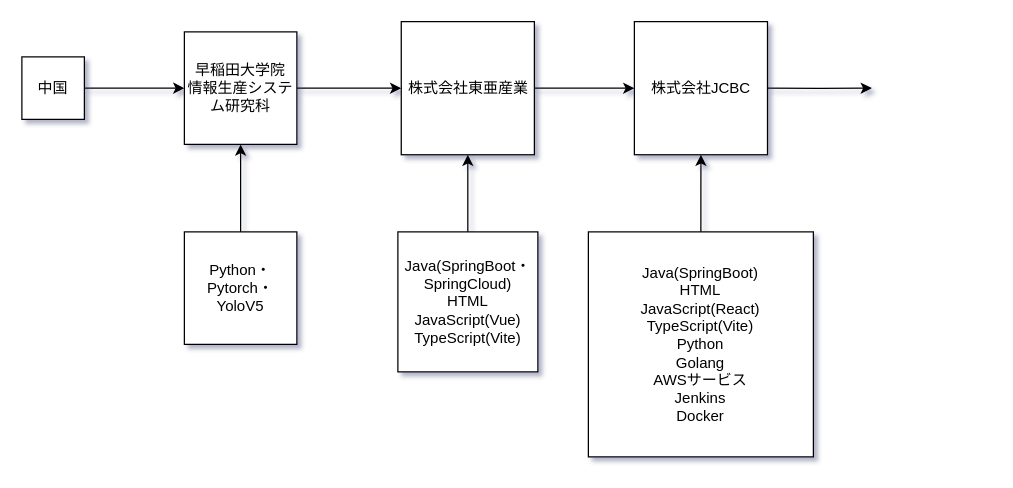
The draw.io diagram 未命名绘图.drawio in LUOXINGYI/LeetCode-learning, before the edit. Source tidied: cells renumbered, new cells numbered last; positions are measured from the earlier drawing's top-left corner, leaving out a move shared by most shapes. Both pictures are drawn from the tidied source at 125%, with x=0, y=0 at pixel (21, 21).
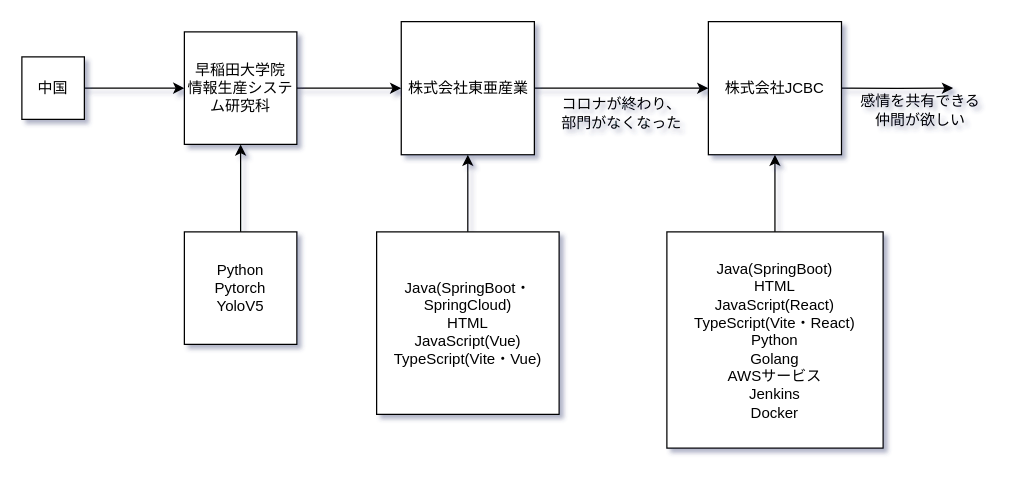
After the change.

Commit message:
更新未命名绘图.drawio

Change to the diagram source:
```diff
@@
 <mxGraphModel background="#FFFFFF" shadow="1">
   <root>
     <mxCell id="0" />
     <mxCell id="1" parent="0" />
     <mxCell id="2" style="edgeStyle=orthogonalEdgeStyle;rounded=0;jettySize=auto;html=1;strokeColor=#000000;" parent="1" edge="1" source="3" target="5">
       <mxGeometry relative="1" as="geometry" />
     </mxCell>
     <mxCell id="3" value="中国" style="whiteSpace=wrap;html=1;" parent="1" vertex="1">
       <mxGeometry y="28" width="50" height="50" as="geometry" />
     </mxCell>
     <mxCell id="4" style="edgeStyle=orthogonalEdgeStyle;rounded=0;jettySize=auto;html=1;strokeColor=#000000;" parent="1" edge="1" source="5" target="9">
       <mxGeometry relative="1" as="geometry" />
     </mxCell>
     <mxCell id="5" value="早稲田大学院　情報生産システム研究科" style="whiteSpace=wrap;html=1;" parent="1" vertex="1">
       <mxGeometry x="130" y="8" width="90" height="90" as="geometry" />
     </mxCell>
     <mxCell id="6" style="edgeStyle=orthogonalEdgeStyle;rounded=0;jettySize=auto;html=1;entryX=0.5;entryY=1;entryDx=0;entryDy=0;strokeColor=#000000;" parent="1" edge="1" source="7" target="5">
       <mxGeometry relative="1" as="geometry" />
     </mxCell>
-    <mxCell id="7" value="Python・Pytorch・YoloV5" style="whiteSpace=wrap;html=1;" parent="1" vertex="1">
+    <mxCell id="7" value="Python&lt;br&gt;Pytorch&lt;br&gt;YoloV5" style="whiteSpace=wrap;html=1;" parent="1" vertex="1">
       <mxGeometry x="130" y="168" width="90" height="90" as="geometry" />
     </mxCell>
     <mxCell id="8" style="edgeStyle=orthogonalEdgeStyle;rounded=0;jettySize=auto;html=1;strokeColor=#000000;" parent="1" edge="1" source="9" target="13">
       <mxGeometry relative="1" as="geometry" />
     </mxCell>
     <mxCell id="9" value="株式会社東亜産業" style="whiteSpace=wrap;html=1;" parent="1" vertex="1">
       <mxGeometry x="303.5" y="-0.2" width="106.5" height="106.5" as="geometry" />
     </mxCell>
     <mxCell id="10" style="edgeStyle=orthogonalEdgeStyle;rounded=0;jettySize=auto;html=1;entryX=0.5;entryY=1;entryDx=0;entryDy=0;strokeColor=#000000;" parent="1" edge="1" source="11" target="9">
       <mxGeometry relative="1" as="geometry" />
     </mxCell>
-    <mxCell id="11" value="Java(SpringBoot・SpringCloud)&lt;br&gt;HTML&lt;br&gt;JavaScript(Vue)&lt;br&gt;TypeScript(Vite)&lt;br&gt;" style="whiteSpace=wrap;html=1;" parent="1" vertex="1">
-      <mxGeometry x="300.8" y="168" width="112" height="112" as="geometry" />
+    <mxCell id="11" value="Java(SpringBoot・SpringCloud)&lt;br&gt;HTML&lt;br&gt;JavaScript(Vue)&lt;br&gt;TypeScript(Vite・Vue)" style="whiteSpace=wrap;html=1;" parent="1" vertex="1">
+      <mxGeometry x="283.8" y="168" width="146" height="146" as="geometry" />
     </mxCell>
     <mxCell id="12" style="edgeStyle=orthogonalEdgeStyle;rounded=0;jettySize=auto;html=1;exitX=1;exitY=0.5;exitDx=0;exitDy=0;strokeColor=#000000;" parent="1" edge="1" source="13">
       <mxGeometry relative="1" as="geometry">
-        <mxPoint x="680" y="53" as="targetPoint" />
+        <mxPoint x="745" y="53" as="targetPoint" />
       </mxGeometry>
     </mxCell>
     <mxCell id="13" value="株式会社JCBC" style="whiteSpace=wrap;html=1;" parent="1" vertex="1">
-      <mxGeometry x="490" y="-0.2" width="106.5" height="106.5" as="geometry" />
+      <mxGeometry x="549.2" y="-0.2" width="106.5" height="106.5" as="geometry" />
     </mxCell>
     <mxCell id="14" style="edgeStyle=orthogonalEdgeStyle;rounded=0;jettySize=auto;html=1;entryX=0.5;entryY=1;entryDx=0;entryDy=0;strokeColor=#000000;" parent="1" edge="1" source="15" target="13">
       <mxGeometry relative="1" as="geometry" />
     </mxCell>
-    <mxCell id="15" value="Java(SpringBoot)&lt;br&gt;HTML&lt;br&gt;JavaScript(React)&lt;br&gt;TypeScript(Vite)&lt;br&gt;Python&lt;br&gt;Golang&lt;br&gt;AWSサービス&lt;br&gt;Jenkins&lt;br&gt;Docker" style="whiteSpace=wrap;html=1;" parent="1" vertex="1">
-      <mxGeometry x="453.2" y="168" width="180" height="180" as="geometry" />
+    <mxCell id="15" value="Java(SpringBoot)&lt;br&gt;HTML&lt;br&gt;JavaScript(React)&lt;br&gt;TypeScript(Vite・React)&lt;br&gt;Python&lt;br&gt;Golang&lt;br&gt;AWSサービス&lt;br&gt;Jenkins&lt;br&gt;Docker" style="whiteSpace=wrap;html=1;" parent="1" vertex="1">
+      <mxGeometry x="516" y="168" width="173" height="173" as="geometry" />
     </mxCell>
+    <mxCell id="16" value="コロナが終わり、部門がなくなった" style="text;html=1;strokeColor=none;fillColor=none;align=center;verticalAlign=middle;whiteSpace=wrap;rounded=0;" parent="1" vertex="1">
+      <mxGeometry x="429.8" y="39.2" width="100" height="67" as="geometry" />
+    </mxCell>
+    <mxCell id="17" value="感情を共有できる仲間が欲しい" style="text;html=1;strokeColor=none;fillColor=none;align=center;verticalAlign=middle;whiteSpace=wrap;rounded=0;" parent="1" vertex="1">
+      <mxGeometry x="669" y="37" width="100" height="67" as="geometry" />
+    </mxCell>
   </root>
 </mxGraphModel>
```
